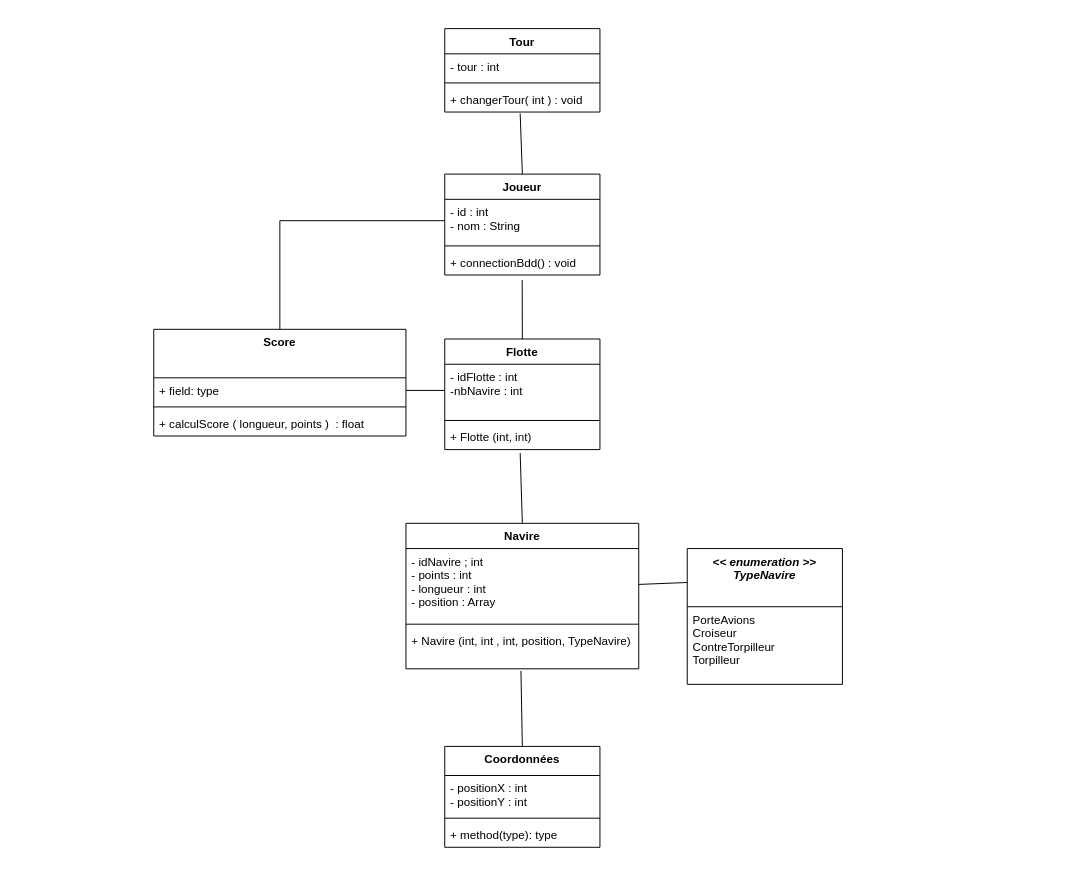
Shaxens/Bataille-navale keeps this draw.io diagram as diagrammes/uml/diagrammesDeClasses.drawio. Above is the earlier version. Source tidied: cells renumbered, new cells numbered last; positions are measured from the earlier drawing's top-left corner, leaving out a move shared by most shapes. Both pictures are drawn from the tidied source at 97%, with x=0, y=0 at pixel (153, 28).
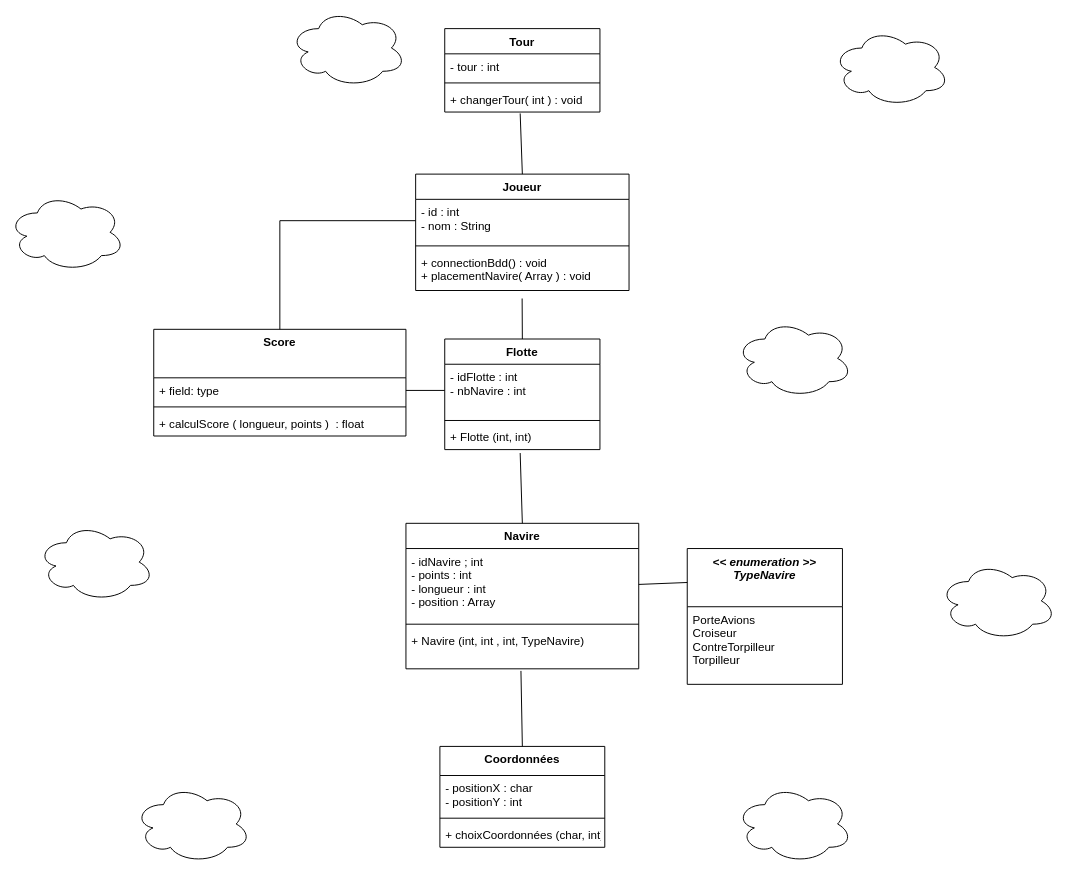
The same page after the edit.

Commit message:
Modif diagramme

The change refers to these unchanged cells:
```xml
<mxCell id="2" value="Navire" style="swimlane;fontStyle=1;align=center;verticalAlign=top;horizontal=1;startSize=26;" parent="1" vertex="1">
  <mxGeometry x="260" y="510" width="240" height="150" as="geometry" />
</mxCell>
<mxCell id="18" value="Flotte" style="swimlane;fontStyle=1;align=center;verticalAlign=top;horizontal=1;startSize=26;" parent="1" vertex="1">
  <mxGeometry x="300" y="320" width="160" height="114" as="geometry" />
</mxCell>
```

The edit, as a diff of the source:
```diff
@@
-    <mxCell id="5" value="+ Navire (int, int , int, position, TypeNavire)" style="text;strokeColor=none;fillColor=none;align=left;verticalAlign=top;spacingLeft=4;spacingRight=4;overflow=hidden;points=[[0,0.5],[1,0.5]];portConstraint=eastwest;" parent="2" vertex="1">
+    <mxCell id="5" value="+ Navire (int, int , int, TypeNavire)" style="text;strokeColor=none;fillColor=none;align=left;verticalAlign=top;spacingLeft=4;spacingRight=4;overflow=hidden;points=[[0,0.5],[1,0.5]];portConstraint=eastwest;" parent="2" vertex="1">
       <mxGeometry y="108" width="240" height="42" as="geometry" />
     </mxCell>
@@
     <mxCell id="12" value="Joueur" style="swimlane;fontStyle=1;align=center;verticalAlign=top;horizontal=1;startSize=26;" parent="1" vertex="1">
-      <mxGeometry x="300" y="150" width="160" height="104" as="geometry" />
+      <mxGeometry x="270" y="150" width="220" height="120" as="geometry" />
     </mxCell>
     <mxCell id="13" value="- id : int&#10;- nom : String" style="text;strokeColor=none;fillColor=none;align=left;verticalAlign=top;spacingLeft=4;spacingRight=4;overflow=hidden;points=[[0,0.5],[1,0.5]];portConstraint=eastwest;" parent="12" vertex="1">
-      <mxGeometry y="26" width="160" height="44" as="geometry" />
+      <mxGeometry y="26" width="220" height="44" as="geometry" />
     </mxCell>
     <mxCell id="14" style="line;strokeWidth=1;fillColor=none;align=left;verticalAlign=middle;spacingTop=-1;spacingLeft=3;spacingRight=3;labelPosition=right;" parent="12" vertex="1">
-      <mxGeometry y="70" width="160" height="8" as="geometry" />
+      <mxGeometry y="70" width="220" height="8" as="geometry" />
     </mxCell>
-    <mxCell id="15" value="+ connectionBdd() : void" style="text;strokeColor=none;fillColor=none;align=left;verticalAlign=top;spacingLeft=4;spacingRight=4;overflow=hidden;points=[[0,0.5],[1,0.5]];portConstraint=eastwest;" parent="12" vertex="1">
-      <mxGeometry y="78" width="160" height="26" as="geometry" />
+    <mxCell id="15" value="+ connectionBdd() : void&#10;+ placementNavire( Array ) : void" style="text;strokeColor=none;fillColor=none;align=left;verticalAlign=top;spacingLeft=4;spacingRight=4;overflow=hidden;points=[[0,0.5],[1,0.5]];portConstraint=eastwest;" parent="12" vertex="1">
+      <mxGeometry y="78" width="220" height="42" as="geometry" />
     </mxCell>
@@
-    <mxCell id="19" value="- idFlotte : int&#10;-nbNavire : int" style="text;strokeColor=none;fillColor=none;align=left;verticalAlign=top;spacingLeft=4;spacingRight=4;overflow=hidden;points=[[0,0.5],[1,0.5]];portConstraint=eastwest;" parent="18" vertex="1">
+    <mxCell id="19" value="- idFlotte : int&#10;- nbNavire : int" style="text;strokeColor=none;fillColor=none;align=left;verticalAlign=top;spacingLeft=4;spacingRight=4;overflow=hidden;points=[[0,0.5],[1,0.5]];portConstraint=eastwest;" parent="18" vertex="1">
       <mxGeometry y="26" width="160" height="54" as="geometry" />
     </mxCell>
@@
     <mxCell id="30" value="Coordonnées" style="swimlane;fontStyle=1;align=center;verticalAlign=top;horizontal=1;startSize=30;" parent="1" vertex="1">
-      <mxGeometry x="300" y="740" width="160" height="104" as="geometry" />
+      <mxGeometry x="295" y="740" width="170" height="104" as="geometry" />
     </mxCell>
-    <mxCell id="31" value="- positionX : int&#10;- positionY : int" style="text;strokeColor=none;fillColor=none;align=left;verticalAlign=top;spacingLeft=4;spacingRight=4;overflow=hidden;" parent="30" vertex="1">
-      <mxGeometry y="30" width="160" height="40" as="geometry" />
+    <mxCell id="31" value="- positionX : char&#10;- positionY : int" style="text;strokeColor=none;fillColor=none;align=left;verticalAlign=top;spacingLeft=4;spacingRight=4;overflow=hidden;" parent="30" vertex="1">
+      <mxGeometry y="30" width="170" height="40" as="geometry" />
     </mxCell>
     <mxCell id="32" style="line;strokeWidth=1;fillColor=none;align=left;verticalAlign=middle;spacingTop=-1;spacingLeft=3;spacingRight=3;labelPosition=right;" parent="30" vertex="1">
-      <mxGeometry y="70" width="160" height="8" as="geometry" />
+      <mxGeometry y="70" width="170" height="8" as="geometry" />
     </mxCell>
-    <mxCell id="33" value="+ method(type): type" style="text;strokeColor=none;fillColor=none;align=left;verticalAlign=top;spacingLeft=4;spacingRight=4;overflow=hidden;" parent="30" vertex="1">
-      <mxGeometry y="78" width="160" height="26" as="geometry" />
+    <mxCell id="33" value="+ choixCoordonnées (char, int)" style="text;strokeColor=none;fillColor=none;align=left;verticalAlign=top;spacingLeft=4;spacingRight=4;overflow=hidden;" parent="30" vertex="1">
+      <mxGeometry y="78" width="170" height="26" as="geometry" />
     </mxCell>
@@
+    <mxCell id="35" style="ellipse;shape=cloud;whiteSpace=wrap;html=1;" parent="1" vertex="1">
+      <mxGeometry x="600" y="300" width="120" height="80" as="geometry" />
+    </mxCell>
+    <mxCell id="36" style="ellipse;shape=cloud;whiteSpace=wrap;html=1;" parent="1" vertex="1">
+      <mxGeometry x="810" y="550" width="120" height="80" as="geometry" />
+    </mxCell>
+    <mxCell id="37" style="ellipse;shape=cloud;whiteSpace=wrap;html=1;" parent="1" vertex="1">
+      <mxGeometry x="600" y="780" width="120" height="80" as="geometry" />
+    </mxCell>
+    <mxCell id="38" style="ellipse;shape=cloud;whiteSpace=wrap;html=1;" parent="1" vertex="1">
+      <mxGeometry x="-20" y="780" width="120" height="80" as="geometry" />
+    </mxCell>
+    <mxCell id="39" style="ellipse;shape=cloud;whiteSpace=wrap;html=1;" parent="1" vertex="1">
+      <mxGeometry x="-120" y="510" width="120" height="80" as="geometry" />
+    </mxCell>
+    <mxCell id="40" style="ellipse;shape=cloud;whiteSpace=wrap;html=1;" parent="1" vertex="1">
+      <mxGeometry x="-150" y="170" width="120" height="80" as="geometry" />
+    </mxCell>
+    <mxCell id="41" style="ellipse;shape=cloud;whiteSpace=wrap;html=1;" parent="1" vertex="1">
+      <mxGeometry x="140" y="-20" width="120" height="80" as="geometry" />
+    </mxCell>
+    <mxCell id="42" style="ellipse;shape=cloud;whiteSpace=wrap;html=1;" parent="1" vertex="1">
+      <mxGeometry x="700" width="120" height="80" as="geometry" />
+    </mxCell>
```
